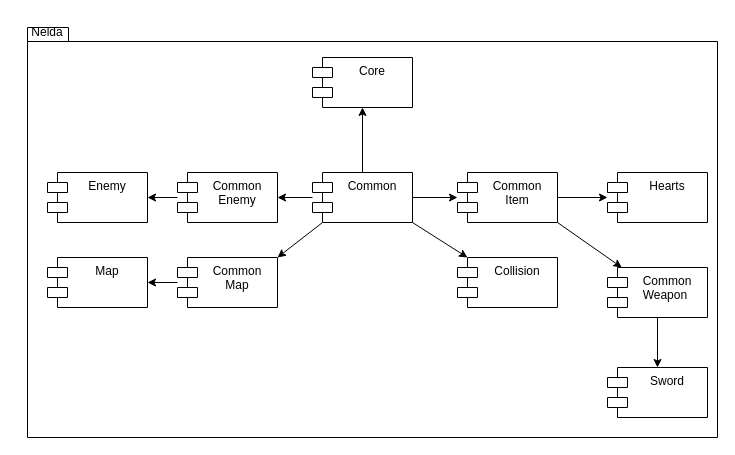
Above: Diagrams/Component/Component diagram.drawio in sesem4/DrawIO (draw.io), before the change. Source tidied: cells renumbered, new cells numbered last; positions are measured from the earlier drawing's top-left corner, leaving out a move shared by most shapes. Both pictures are drawn from the tidied source at 100%, with x=0, y=0 at pixel (17, 17).
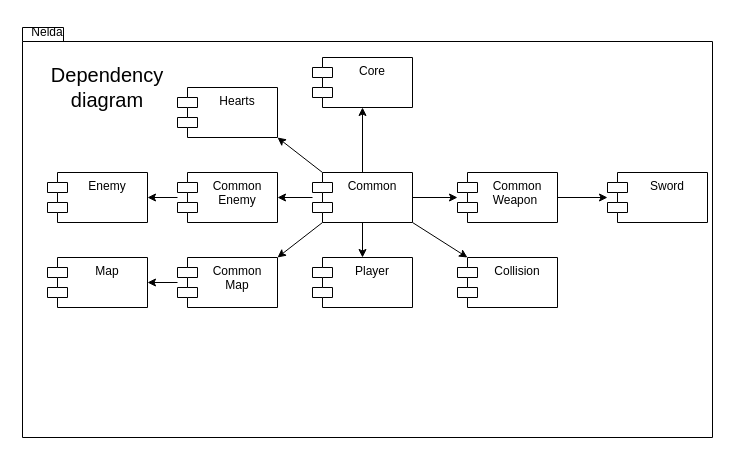
The same page after the edit.

Unchanged cells that the change refers to:
```xml
<mxCell id="8" value="Common" style="shape=module;align=left;spacingLeft=20;align=center;verticalAlign=top;labelBackgroundColor=none;" parent="1" vertex="1">
  <mxGeometry x="295" y="155" width="100" height="50" as="geometry" />
</mxCell>
```

What changed in the source:
```diff
@@
     <mxCell id="2" style="shape=folder;fontStyle=1;spacingTop=10;tabWidth=40;tabHeight=14;tabPosition=left;html=1;whiteSpace=wrap;labelBackgroundColor=none;" parent="1" vertex="1">
-      <mxGeometry x="10" y="10" width="690" height="410" as="geometry" />
+      <mxGeometry x="5" y="10" width="690" height="410" as="geometry" />
     </mxCell>
@@
-    <mxCell id="5" style="edgeStyle=none;rounded=0;jettySize=auto;html=1;exitX=1;exitY=0.5;exitDx=0;exitDy=0;" parent="1" edge="1" source="8" target="13">
-      <mxGeometry relative="1" as="geometry" />
-    </mxCell>
@@
+    <mxCell id="25" style="edgeStyle=orthogonalEdgeStyle;rounded=0;jettySize=auto;html=1;exitX=0.5;exitY=1;exitDx=0;exitDy=0;" parent="1" edge="1" source="8" target="28">
+      <mxGeometry relative="1" as="geometry" />
+    </mxCell>
+    <mxCell id="26" style="rounded=0;jettySize=auto;html=1;exitX=0;exitY=0;exitDx=10;exitDy=0;exitPerimeter=0;entryX=1;entryY=1;entryDx=0;entryDy=0;" parent="1" edge="1" source="8" target="14">
+      <mxGeometry relative="1" as="geometry" />
+    </mxCell>
+    <mxCell id="27" style="edgeStyle=orthogonalEdgeStyle;rounded=0;jettySize=auto;html=1;exitX=1;exitY=0.5;exitDx=0;exitDy=0;" parent="1" edge="1" source="8" target="16">
+      <mxGeometry relative="1" as="geometry" />
+    </mxCell>
@@
-    <mxCell id="11" style="edgeStyle=none;rounded=0;jettySize=auto;html=1;exitX=1;exitY=0.5;exitDx=0;exitDy=0;" parent="1" edge="1" source="13" target="14">
-      <mxGeometry relative="1" as="geometry" />
-    </mxCell>
-    <mxCell id="12" style="edgeStyle=none;rounded=0;jettySize=auto;html=1;exitX=1;exitY=1;exitDx=0;exitDy=0;" parent="1" edge="1" source="13" target="16">
-      <mxGeometry relative="1" as="geometry" />
-    </mxCell>
-    <mxCell id="13" value="Common&#10;Item" style="shape=module;align=left;spacingLeft=20;align=center;verticalAlign=top;labelBackgroundColor=none;" parent="1" vertex="1">
-      <mxGeometry x="440" y="155" width="100" height="50" as="geometry" />
-    </mxCell>
     <mxCell id="14" value="Hearts" style="shape=module;align=left;spacingLeft=20;align=center;verticalAlign=top;labelBackgroundColor=none;" parent="1" vertex="1">
-      <mxGeometry x="590" y="155" width="100" height="50" as="geometry" />
+      <mxGeometry x="160" y="70" width="100" height="50" as="geometry" />
     </mxCell>
-    <mxCell id="15" style="edgeStyle=none;rounded=0;jettySize=auto;html=1;" parent="1" edge="1" source="16" target="17">
+    <mxCell id="15" style="edgeStyle=orthogonalEdgeStyle;rounded=0;jettySize=auto;html=1;exitX=1;exitY=0.5;exitDx=0;exitDy=0;" parent="1" edge="1" source="16" target="17">
       <mxGeometry relative="1" as="geometry" />
     </mxCell>
     <mxCell id="16" value="&lt;div align=&quot;left&quot;&gt;Common&lt;/div&gt;&lt;div align=&quot;left&quot;&gt;Weapon&lt;/div&gt;" style="shape=module;align=left;spacingLeft=20;align=center;verticalAlign=top;labelBackgroundColor=none;whiteSpace=wrap;html=1;" parent="1" vertex="1">
-      <mxGeometry x="590" y="250" width="100" height="50" as="geometry" />
+      <mxGeometry x="440" y="155" width="100" height="50" as="geometry" />
     </mxCell>
     <mxCell id="17" value="Sword" style="shape=module;align=left;spacingLeft=20;align=center;verticalAlign=top;labelBackgroundColor=none;" parent="1" vertex="1">
-      <mxGeometry x="590" y="350" width="100" height="50" as="geometry" />
+      <mxGeometry x="590" y="155" width="100" height="50" as="geometry" />
     </mxCell>
@@
+    <mxCell id="28" value="Player" style="shape=module;align=left;spacingLeft=20;align=center;verticalAlign=top;labelBackgroundColor=none;" parent="1" vertex="1">
+      <mxGeometry x="295" y="240" width="100" height="50" as="geometry" />
+    </mxCell>
+    <mxCell id="29" value="&lt;font style=&quot;font-size: 13px;&quot;&gt;&lt;font style=&quot;font-size: 14px;&quot;&gt;&lt;font style=&quot;font-size: 15px;&quot;&gt;&lt;font style=&quot;font-size: 16px;&quot;&gt;&lt;font style=&quot;font-size: 17px;&quot;&gt;&lt;font style=&quot;font-size: 18px;&quot;&gt;&lt;font style=&quot;font-size: 19px;&quot;&gt;&lt;font style=&quot;font-size: 20px;&quot;&gt;Dependency diagram&lt;/font&gt;&lt;/font&gt;&lt;/font&gt;&lt;/font&gt;&lt;/font&gt;&lt;/font&gt;&lt;/font&gt;&lt;/font&gt;" style="text;html=1;strokeColor=none;fillColor=none;align=center;verticalAlign=middle;whiteSpace=wrap;rounded=0;" parent="1" vertex="1">
+      <mxGeometry x="50" y="50" width="80" height="40" as="geometry" />
+    </mxCell>
```
